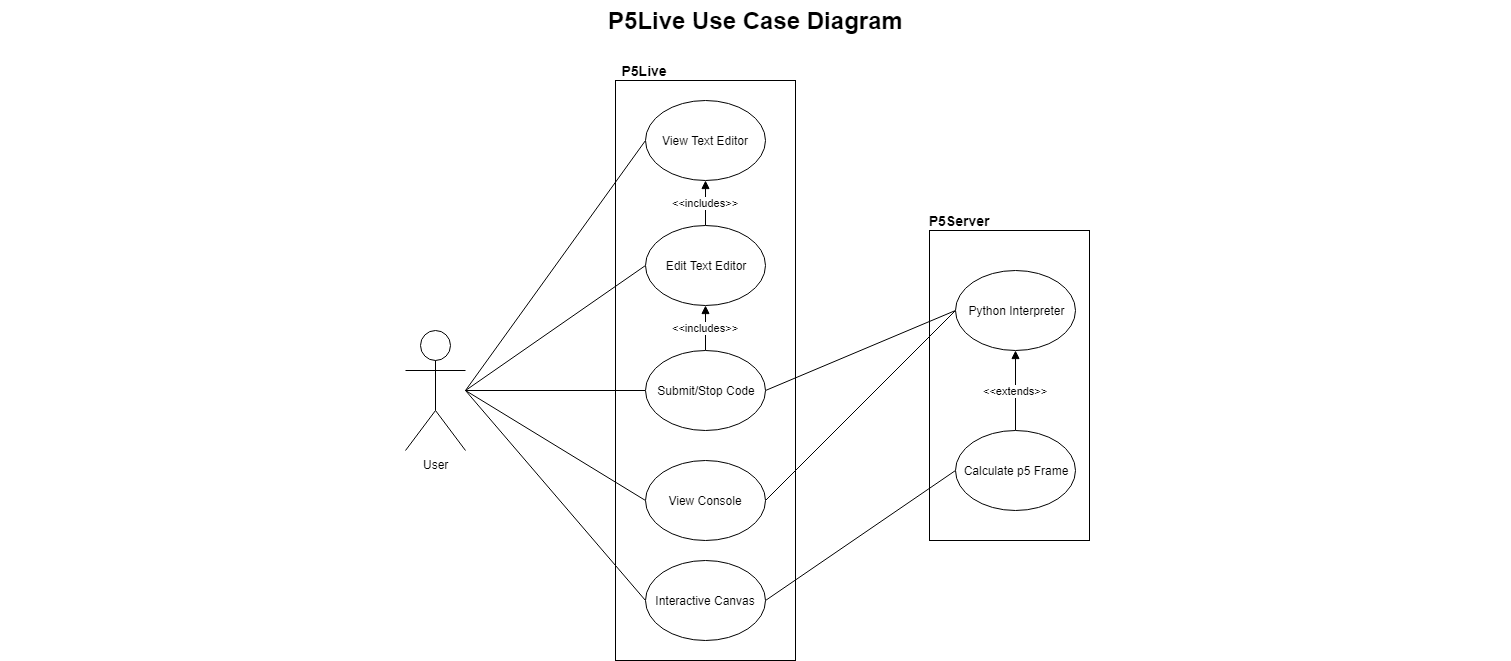
Earlier version of the draw.io export docs/use_case/use_case_diagram.png (kevhardy/3354-p5Live). Source tidied: cells renumbered, new cells last; positions are measured from the earlier drawing's top-left corner, leaving out a move shared by most shapes.
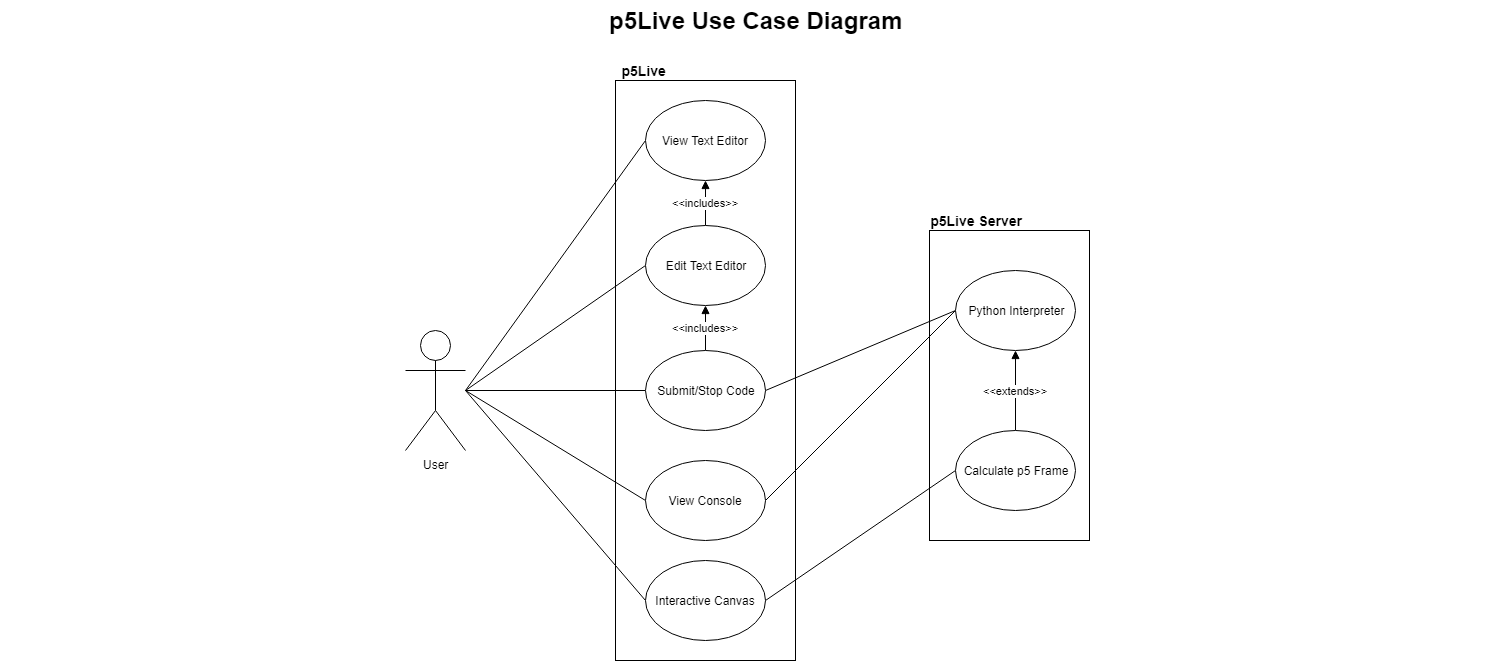
The same diagram one commit later.

Commit message:
Fixed use case diagram title again

The edit, as a diff of the source:
```diff
@@ -8,7 +8,7 @@
     <mxCell id="3" style="rounded=0;whiteSpace=wrap;html=1;" parent="1" vertex="1">
       <mxGeometry x="614" y="80" width="180" height="580" as="geometry" />
     </mxCell>
-    <mxCell id="4" value="P5Live Use Case Diagram" style="text;strokeColor=none;fillColor=none;html=1;fontSize=24;fontStyle=1;verticalAlign=middle;align=center;" parent="1" vertex="1">
+    <mxCell id="4" value="p5Live Use Case Diagram" style="text;strokeColor=none;fillColor=none;html=1;fontSize=24;fontStyle=1;verticalAlign=middle;align=center;" parent="1" vertex="1">
       <mxGeometry x="-0.5" width="1510" height="40" as="geometry" />
     </mxCell>
     <mxCell id="5" style="rounded=0;jettySize=auto;html=1;entryX=0;entryY=0.5;entryDx=0;entryDy=0;endArrow=none;endFill=0;" parent="1" edge="1" target="13">
@@ -76,11 +76,11 @@
     <mxCell id="23" value="Calculate p5 Frame" style="ellipse;whiteSpace=wrap;html=1;" parent="1" vertex="1">
       <mxGeometry x="954" y="430" width="120" height="80" as="geometry" />
     </mxCell>
-    <mxCell id="24" value="&lt;font style=&quot;font-size: 14px&quot;&gt;P5Live&amp;nbsp;&lt;/font&gt;" style="text;html=1;strokeColor=none;fillColor=none;align=center;verticalAlign=middle;whiteSpace=wrap;rounded=0;fontStyle=1;" parent="1" vertex="1">
+    <mxCell id="24" value="&lt;font style=&quot;font-size: 14px&quot;&gt;p5Live&amp;nbsp;&lt;/font&gt;" style="text;html=1;strokeColor=none;fillColor=none;align=center;verticalAlign=middle;whiteSpace=wrap;rounded=0;fontStyle=1;" parent="1" vertex="1">
       <mxGeometry x="614" y="60" width="60" height="20" as="geometry" />
     </mxCell>
-    <mxCell id="25" value="&lt;font style=&quot;font-size: 14px&quot;&gt;P5Server&amp;nbsp;&lt;/font&gt;" style="text;html=1;strokeColor=none;fillColor=none;align=center;verticalAlign=middle;whiteSpace=wrap;rounded=0;fontStyle=1;" parent="1" vertex="1">
-      <mxGeometry x="924" y="210" width="70" height="20" as="geometry" />
+    <mxCell id="25" value="&lt;font style=&quot;font-size: 14px&quot;&gt;p5Live Server&amp;nbsp;&lt;/font&gt;" style="text;html=1;strokeColor=none;fillColor=none;align=center;verticalAlign=middle;whiteSpace=wrap;rounded=0;fontStyle=1;" parent="1" vertex="1">
+      <mxGeometry x="924" y="210" width="104" height="20" as="geometry" />
     </mxCell>
   </root>
 </mxGraphModel>
```
